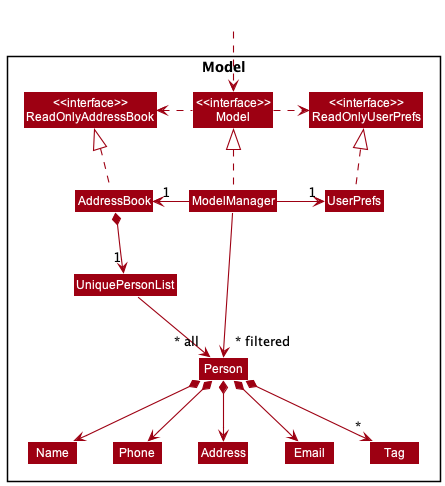
Earlier version of the PlantUML export docs/images/ModelClassDiagram.png (nus-cs2103-AY2223S1/tp).
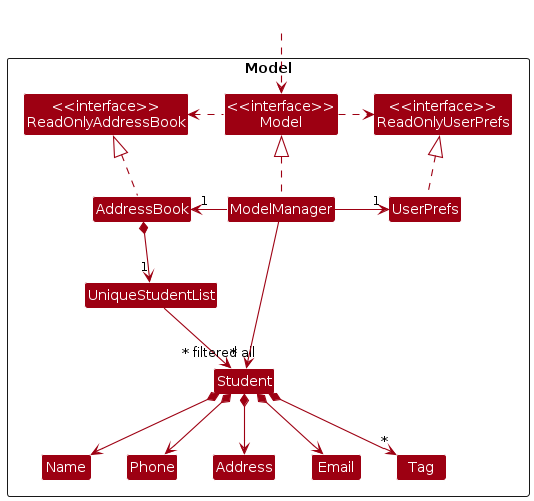
The same file after the commit.

Commit message:
Update Person to Student in all uml png

The edit, as a diff of the source:
```diff
@@ -12,8 +12,8 @@
 Class ModelManager
 Class UserPrefs
 
-Class UniquePersonList
-Class Person
+Class UniqueStudentList
+Class Student
 Class Address
 Class Email
 Class Name
@@ -34,17 +34,17 @@
 ModelManager -right-> "1" UserPrefs
 UserPrefs .up.|> ReadOnlyUserPrefs
 
-AddressBook *--> "1" UniquePersonList
-UniquePersonList --> "~* all" Person
-Person *--> Name
-Person *--> Phone
-Person *--> Email
-Person *--> Address
-Person *--> "*" Tag
+AddressBook *--> "1" UniqueStudentList
+UniqueStudentList --> "~* all" Student
+Student *--> Name
+Student *--> Phone
+Student *--> Email
+Student *--> Address
+Student *--> "*" Tag
 
 Name -[hidden]right-> Phone
 Phone -[hidden]right-> Address
 Address -[hidden]right-> Email
 
-ModelManager -->"~* filtered" Person
+ModelManager -->"~* filtered" Student
 @enduml
```
